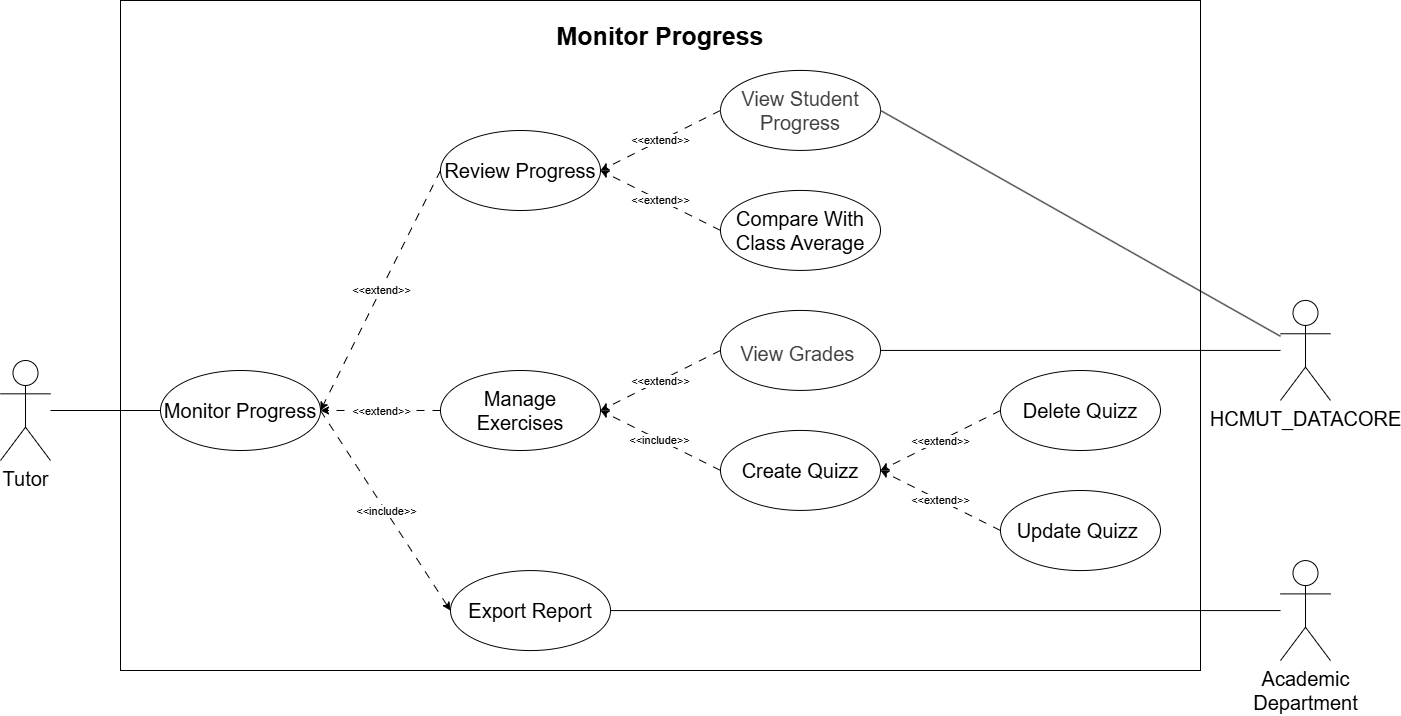
This is docs/usecases/detailed/monitor_progress.drawio.png from lamtranhuynhha/tutor-support-system, a draw.io export, as it was before one commit. Source tidied: cells renumbered, new cells last; positions are measured from the earlier drawing's top-left corner, leaving out a move shared by most shapes.
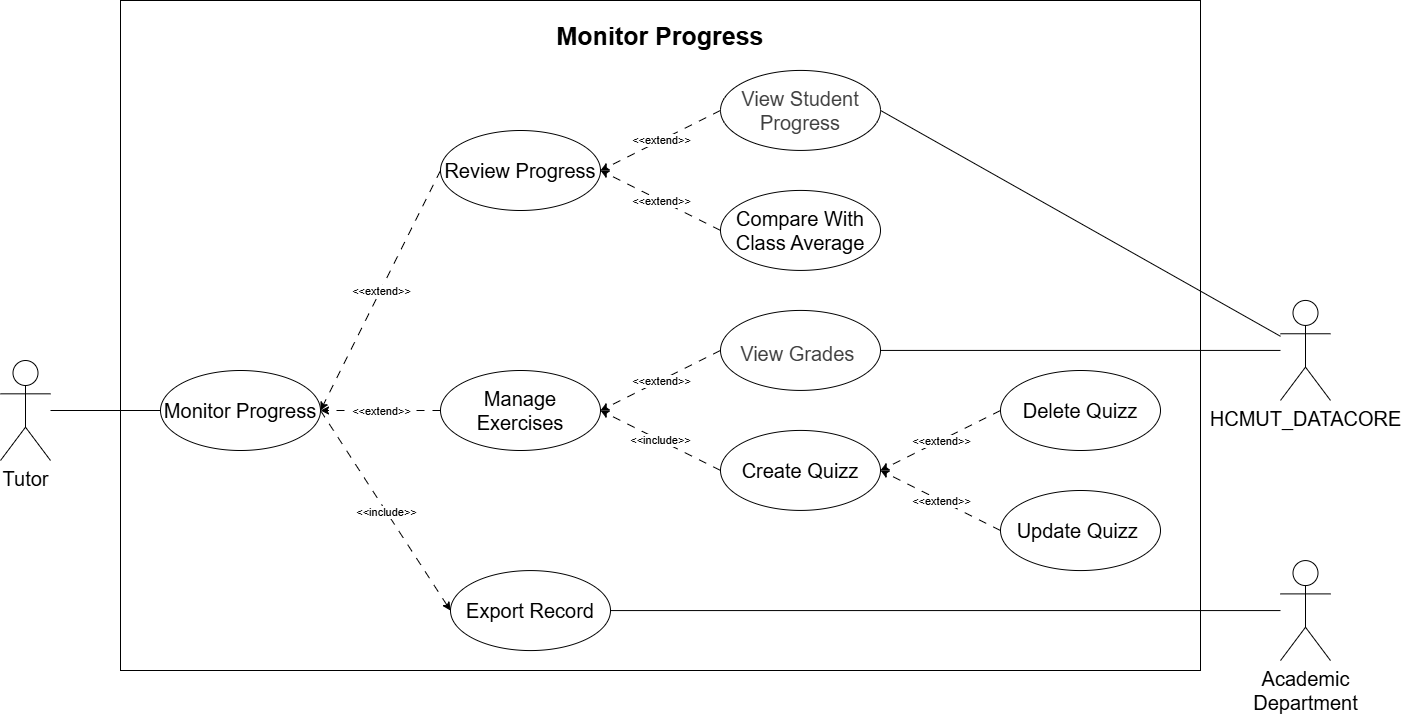
Later version of the same file.

Commit message:
them activities, sequences va sua lai nho o detailed usecase monitor_progress

Diff of the diagram source:
```diff
@@ -55,7 +55,7 @@
     <mxCell id="18" value="&amp;lt;&amp;lt;extend&amp;gt;&amp;gt;" style="edgeLabel;html=1;align=center;verticalAlign=middle;" parent="17" vertex="1">
       <mxGeometry relative="1" as="geometry" />
     </mxCell>
-    <mxCell id="19" value="&lt;span style=&quot;color: rgb(0, 0, 0);&quot;&gt;Export Report&lt;/span&gt;" style="ellipse;whiteSpace=wrap;html=1;fontSize=20;" parent="1" vertex="1">
+    <mxCell id="19" value="&lt;span style=&quot;color: rgb(0, 0, 0);&quot;&gt;Export Record&lt;/span&gt;" style="ellipse;whiteSpace=wrap;html=1;fontSize=20;" parent="1" vertex="1">
       <mxGeometry x="450" y="570.1" width="160" height="80" as="geometry" />
     </mxCell>
     <mxCell id="20" style="endArrow=classic;html=1;rounded=0;entryX=0;entryY=0.5;entryDx=0;entryDy=0;dashed=1;dashPattern=8 8;exitX=1;exitY=0.5;exitDx=0;exitDy=0;" parent="1" edge="1" source="3" target="19">
```
